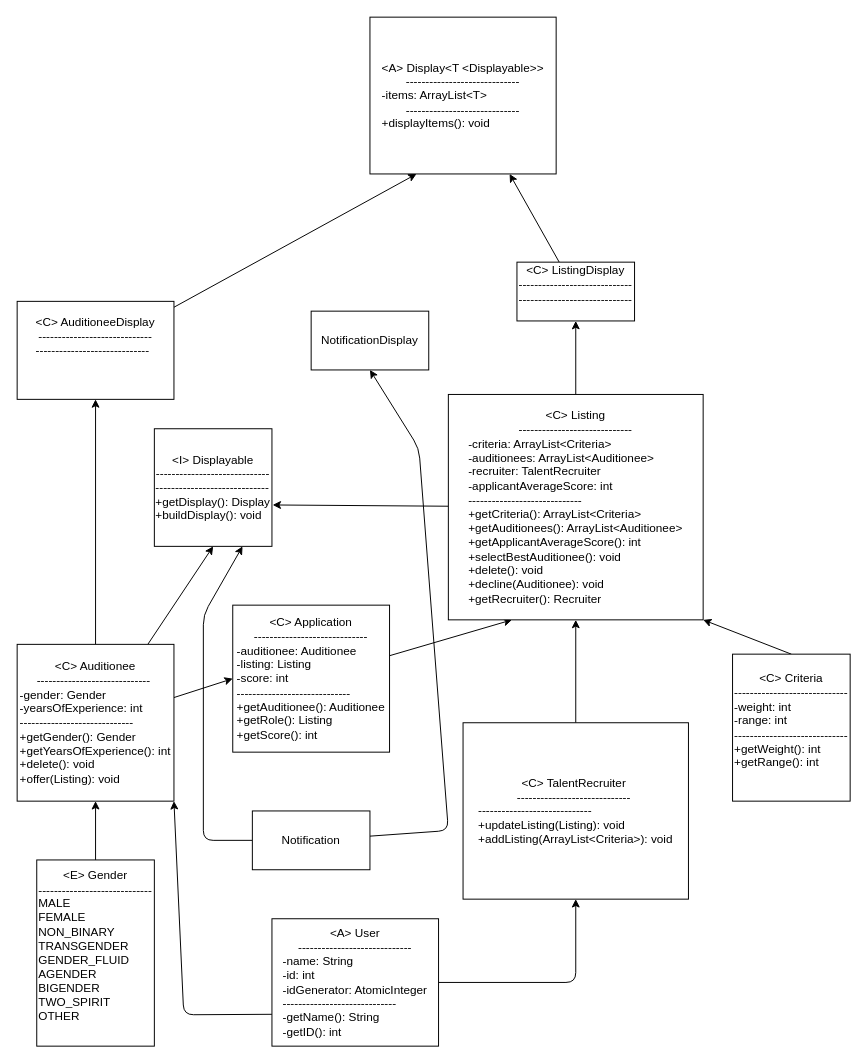
Before: main/docs/UML.drawio in daleUrquhart/TEMS, a draw.io diagram. Source tidied: cells renumbered, new cells numbered last; positions are measured from the earlier drawing's top-left corner, leaving out a move shared by most shapes. Both pictures are drawn from the tidied source at 98%, with x=0, y=0 at pixel (17, 17).
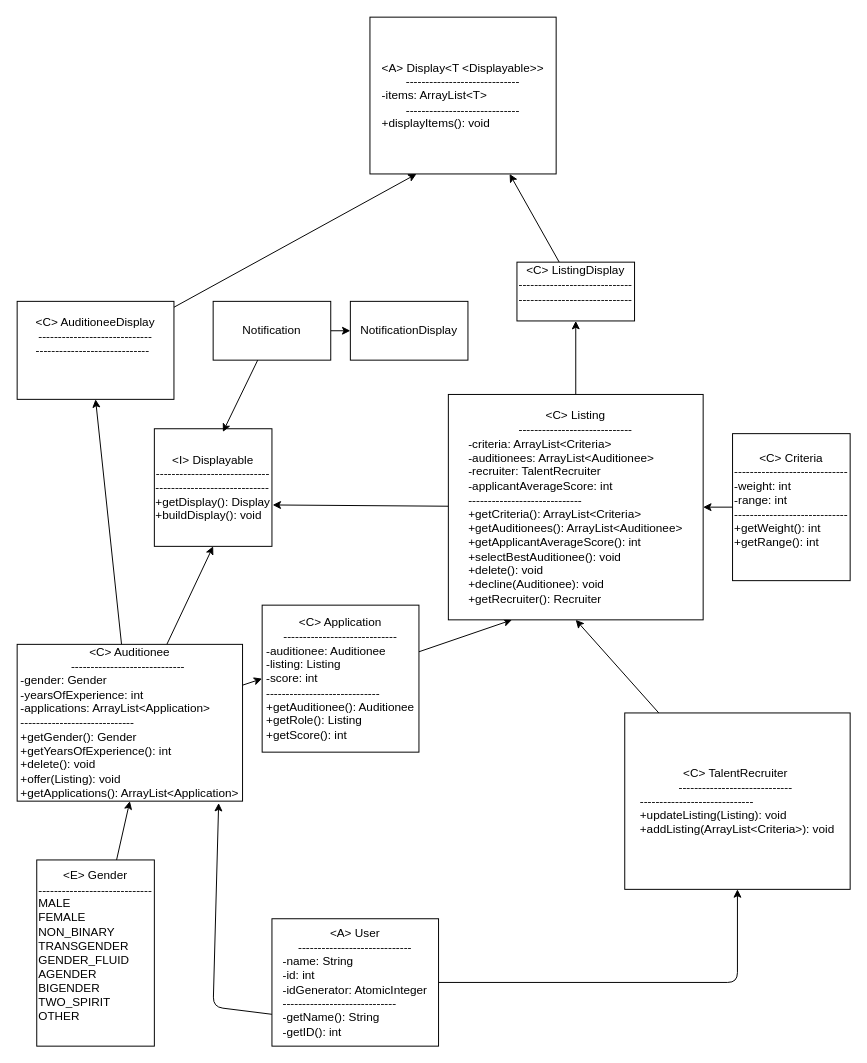
The same diagram, later.

The change refers to these unchanged cells:
```xml
<mxCell id="14" value="&amp;lt;C&amp;gt; Listing&lt;br&gt;-----------------------------&lt;br&gt;&lt;div style=&quot;text-align: left;&quot;&gt;-criteria: ArrayList&amp;lt;Criteria&amp;gt;&lt;/div&gt;&lt;div style=&quot;text-align: left;&quot;&gt;-auditionees: ArrayList&amp;lt;Auditionee&amp;gt;&lt;/div&gt;&lt;div style=&quot;text-align: left;&quot;&gt;&lt;div&gt;-recruiter: TalentRecruiter&lt;/div&gt;&lt;/div&gt;&lt;div style=&quot;text-align: left;&quot;&gt;-applicantAverageScore: int&lt;/div&gt;&lt;div style=&quot;text-align: left;&quot;&gt;&lt;span style=&quot;text-align: center;&quot;&gt;-----------------------------&lt;/span&gt;&lt;br style=&quot;text-align: center;&quot;&gt;&lt;/div&gt;&lt;div style=&quot;text-align: left;&quot;&gt;&lt;span style=&quot;text-align: center;&quot;&gt;+getCriteria(): ArrayList&amp;lt;Criteria&amp;gt;&lt;/span&gt;&lt;/div&gt;&lt;div style=&quot;text-align: left;&quot;&gt;&lt;span style=&quot;text-align: center;&quot;&gt;+getAuditionees(): ArrayList&amp;lt;Auditionee&amp;gt;&lt;/span&gt;&lt;/div&gt;&lt;div style=&quot;text-align: left;&quot;&gt;&lt;span style=&quot;text-align: center;&quot;&gt;+getApplicantAverageScore(): int&lt;/span&gt;&lt;/div&gt;&lt;div style=&quot;text-align: left;&quot;&gt;&lt;span style=&quot;text-align: center;&quot;&gt;+selectBestAuditionee(): void&lt;/span&gt;&lt;/div&gt;&lt;div style=&quot;text-align: left;&quot;&gt;&lt;span style=&quot;text-align: center;&quot;&gt;+delete(): void&lt;/span&gt;&lt;/div&gt;&lt;div style=&quot;text-align: left;&quot;&gt;&lt;span style=&quot;text-align: center;&quot;&gt;+decline(Auditionee): void&lt;/span&gt;&lt;/div&gt;&lt;div style=&quot;text-align: left;&quot;&gt;&lt;span style=&quot;text-align: center;&quot;&gt;+getRecruiter(): Recruiter&lt;/span&gt;&lt;/div&gt;" style="whiteSpace=wrap;html=1;" parent="1" vertex="1">
  <mxGeometry x="440" y="385" width="260" height="230" as="geometry" />
</mxCell>
<mxCell id="19" value="&amp;lt;A&amp;gt; User&lt;br&gt;-----------------------------&lt;br&gt;&lt;div style=&quot;text-align: left;&quot;&gt;-name: String&lt;/div&gt;&lt;div style=&quot;text-align: left;&quot;&gt;-id: int&lt;/div&gt;&lt;div style=&quot;text-align: left;&quot;&gt;-idGenerator: AtomicInteger&lt;/div&gt;&lt;div style=&quot;text-align: left;&quot;&gt;-----------------------------&lt;/div&gt;&lt;div style=&quot;text-align: left;&quot;&gt;-getName(): String&lt;/div&gt;&lt;div style=&quot;text-align: left;&quot;&gt;-getID(): int&lt;/div&gt;" style="whiteSpace=wrap;html=1;" parent="1" vertex="1">
  <mxGeometry x="260" y="920" width="170" height="130" as="geometry" />
</mxCell>
<mxCell id="25" value="&amp;lt;I&amp;gt; Displayable&lt;br&gt;-----------------------------&lt;br&gt;&lt;div style=&quot;text-align: left;&quot;&gt;-----------------------------&lt;br&gt;&lt;div&gt;+getDisplay(): Display&lt;/div&gt;&lt;div&gt;+buildDisplay(): void&lt;/div&gt;&lt;/div&gt;" style="whiteSpace=wrap;html=1;" parent="1" vertex="1">
  <mxGeometry x="140" y="420" width="120" height="120" as="geometry" />
</mxCell>
```

What changed in the source:
```diff
@@
     <mxCell id="3" value="&amp;lt;C&amp;gt; TalentRecruiter&amp;nbsp;&lt;br&gt;-----------------------------&amp;nbsp;&lt;div style=&quot;text-align: left;&quot;&gt;-----------------------------&lt;/div&gt;&lt;div style=&quot;text-align: left;&quot;&gt;+updateListing(Listing): void&lt;/div&gt;&lt;div style=&quot;text-align: left;&quot;&gt;+addListing(ArrayList&amp;lt;Criteria&amp;gt;): void&lt;/div&gt;" style="whiteSpace=wrap;html=1;" parent="1" vertex="1">
-      <mxGeometry x="455" y="720" width="230" height="180" as="geometry" />
+      <mxGeometry x="620" y="710" width="230" height="180" as="geometry" />
     </mxCell>
@@
-    <mxCell id="7" value="&amp;lt;C&amp;gt; Auditionee&lt;br&gt;-----------------------------&amp;nbsp;&lt;div style=&quot;text-align: left;&quot;&gt;-gender: Gender&lt;/div&gt;&lt;div style=&quot;text-align: left;&quot;&gt;-yearsOfExperience: int&lt;/div&gt;&lt;div style=&quot;text-align: left;&quot;&gt;-----------------------------&amp;nbsp;&lt;/div&gt;&lt;div style=&quot;text-align: left;&quot;&gt;+getGender(): Gender&lt;/div&gt;&lt;div style=&quot;text-align: left;&quot;&gt;+getYearsOfExperience(): int&lt;/div&gt;&lt;div style=&quot;text-align: left;&quot;&gt;+delete(): void&lt;/div&gt;&lt;span style=&quot;&quot;&gt;&lt;div style=&quot;text-align: left;&quot;&gt;&lt;span style=&quot;background-color: initial;&quot;&gt;+offer(Listing): void&lt;/span&gt;&lt;/div&gt;&lt;/span&gt;" style="whiteSpace=wrap;html=1;" parent="1" vertex="1">
-      <mxGeometry y="640" width="160" height="160" as="geometry" />
+    <mxCell id="7" value="&amp;lt;C&amp;gt; Auditionee&lt;br&gt;-----------------------------&amp;nbsp;&lt;div style=&quot;text-align: left;&quot;&gt;-gender: Gender&lt;/div&gt;&lt;div style=&quot;text-align: left;&quot;&gt;-yearsOfExperience: int&lt;/div&gt;&lt;div style=&quot;text-align: left;&quot;&gt;-applications: ArrayList&amp;lt;Application&amp;gt;&lt;/div&gt;&lt;div style=&quot;text-align: left;&quot;&gt;-----------------------------&amp;nbsp;&lt;/div&gt;&lt;div style=&quot;text-align: left;&quot;&gt;+getGender(): Gender&lt;/div&gt;&lt;div style=&quot;text-align: left;&quot;&gt;+getYearsOfExperience(): int&lt;/div&gt;&lt;div style=&quot;text-align: left;&quot;&gt;+delete(): void&lt;/div&gt;&lt;span style=&quot;&quot;&gt;&lt;div style=&quot;text-align: left;&quot;&gt;&lt;span style=&quot;background-color: initial;&quot;&gt;+offer(Listing): void&lt;/span&gt;&lt;/div&gt;&lt;div style=&quot;text-align: left;&quot;&gt;&lt;span style=&quot;background-color: initial;&quot;&gt;+getApplications(): ArrayList&amp;lt;Application&amp;gt;&lt;/span&gt;&lt;/div&gt;&lt;/span&gt;" style="whiteSpace=wrap;html=1;" parent="1" vertex="1">
+      <mxGeometry y="640" width="230" height="160" as="geometry" />
     </mxCell>
@@
     <mxCell id="9" value="&amp;lt;C&amp;gt; Application&lt;br&gt;-----------------------------&lt;br&gt;&lt;div style=&quot;text-align: left;&quot;&gt;-auditionee: Auditionee&lt;/div&gt;&lt;div style=&quot;text-align: left;&quot;&gt;&lt;span style=&quot;background-color: initial;&quot;&gt;-listing: Listing&lt;/span&gt;&lt;br&gt;&lt;/div&gt;&lt;div style=&quot;text-align: left;&quot;&gt;-score: int&lt;/div&gt;&lt;div style=&quot;text-align: left;&quot;&gt;&lt;span style=&quot;text-align: center;&quot;&gt;-----------------------------&lt;/span&gt;&lt;br style=&quot;text-align: center;&quot;&gt;&lt;/div&gt;&lt;div style=&quot;text-align: left;&quot;&gt;+getAuditionee(): Auditionee&lt;/div&gt;&lt;div style=&quot;text-align: left;&quot;&gt;+getRole(): Listing&lt;/div&gt;&lt;div style=&quot;text-align: left;&quot;&gt;+getScore(): int&lt;/div&gt;" style="whiteSpace=wrap;html=1;" parent="1" vertex="1">
-      <mxGeometry x="220" y="600" width="160" height="150" as="geometry" />
+      <mxGeometry x="250" y="600" width="160" height="150" as="geometry" />
     </mxCell>
@@
-    <mxCell id="15" style="edgeStyle=none;html=1;entryX=1;entryY=1;entryDx=0;entryDy=0;exitX=0.5;exitY=0;exitDx=0;exitDy=0;" parent="1" edge="1" source="16" target="14">
+    <mxCell id="15" style="edgeStyle=none;html=1;entryX=1;entryY=0.5;entryDx=0;entryDy=0;exitX=0;exitY=0.5;exitDx=0;exitDy=0;" parent="1" edge="1" source="16" target="14">
       <mxGeometry relative="1" as="geometry" />
     </mxCell>
     <mxCell id="16" value="&amp;lt;C&amp;gt; Criteria&lt;br&gt;-----------------------------&lt;br&gt;&lt;div style=&quot;text-align: left;&quot;&gt;-weight: int&lt;/div&gt;&lt;div style=&quot;text-align: left;&quot;&gt;-range: int&lt;/div&gt;&lt;div style=&quot;text-align: left;&quot;&gt;-----------------------------&lt;/div&gt;&lt;div style=&quot;text-align: left;&quot;&gt;+getWeight(): int&lt;/div&gt;&lt;div style=&quot;text-align: left;&quot;&gt;+getRange(): int&lt;/div&gt;&lt;div style=&quot;text-align: left;&quot;&gt;&lt;br&gt;&lt;/div&gt;" style="whiteSpace=wrap;html=1;" parent="1" vertex="1">
-      <mxGeometry x="730" y="650" width="120" height="150" as="geometry" />
+      <mxGeometry x="730" y="425" width="120" height="150" as="geometry" />
     </mxCell>
     <mxCell id="17" style="edgeStyle=none;html=1;entryX=0.5;entryY=1;entryDx=0;entryDy=0;" parent="1" edge="1" source="19" target="3">
       <mxGeometry relative="1" as="geometry">
         <Array as="points">
-          <mxPoint x="570" y="985" />
+          <mxPoint x="735" y="985" />
         </Array>
       </mxGeometry>
     </mxCell>
-    <mxCell id="18" style="edgeStyle=none;html=1;entryX=1;entryY=1;entryDx=0;entryDy=0;exitX=0;exitY=0.75;exitDx=0;exitDy=0;" parent="1" edge="1" source="19" target="7">
+    <mxCell id="18" style="edgeStyle=none;html=1;entryX=0.894;entryY=1.012;entryDx=0;entryDy=0;exitX=0;exitY=0.75;exitDx=0;exitDy=0;entryPerimeter=0;" parent="1" edge="1" source="19" target="7">
       <mxGeometry relative="1" as="geometry">
         <Array as="points">
-          <mxPoint x="170" y="1018" />
+          <mxPoint x="200" y="1010" />
         </Array>
       </mxGeometry>
     </mxCell>
@@
     <mxCell id="26" value="NotificationDisplay&lt;br&gt;" style="whiteSpace=wrap;html=1;" parent="1" vertex="1">
-      <mxGeometry x="300" y="300" width="120" height="60" as="geometry" />
+      <mxGeometry x="340" y="290" width="120" height="60" as="geometry" />
     </mxCell>
-    <mxCell id="27" style="edgeStyle=none;html=1;entryX=0.5;entryY=1;entryDx=0;entryDy=0;" parent="1" edge="1" source="29" target="26">
-      <mxGeometry relative="1" as="geometry">
-        <Array as="points">
-          <mxPoint x="440" y="830" />
-          <mxPoint x="410" y="440" />
-        </Array>
-      </mxGeometry>
+    <mxCell id="27" style="edgeStyle=none;html=1;" parent="1" edge="1" source="29" target="26">
+      <mxGeometry relative="1" as="geometry" />
     </mxCell>
+    <mxCell id="29" value="Notification" style="whiteSpace=wrap;html=1;" parent="1" vertex="1">
+      <mxGeometry x="200" y="290" width="120" height="60" as="geometry" />
+    </mxCell>
-    <mxCell id="28" style="edgeStyle=none;html=1;entryX=0.75;entryY=1;entryDx=0;entryDy=0;" parent="1" edge="1" source="29" target="25">
-      <mxGeometry relative="1" as="geometry">
-        <Array as="points">
-          <mxPoint x="190" y="840" />
-          <mxPoint x="190" y="610" />
-        </Array>
-      </mxGeometry>
+    <mxCell id="28" style="edgeStyle=none;html=1;entryX=0.583;entryY=0.027;entryDx=0;entryDy=0;entryPerimeter=0;" parent="1" edge="1" source="29" target="25">
+      <mxGeometry relative="1" as="geometry" />
     </mxCell>
-    <mxCell id="29" value="Notification" style="whiteSpace=wrap;html=1;" parent="1" vertex="1">
-      <mxGeometry x="240" y="810" width="120" height="60" as="geometry" />
-    </mxCell>
```
